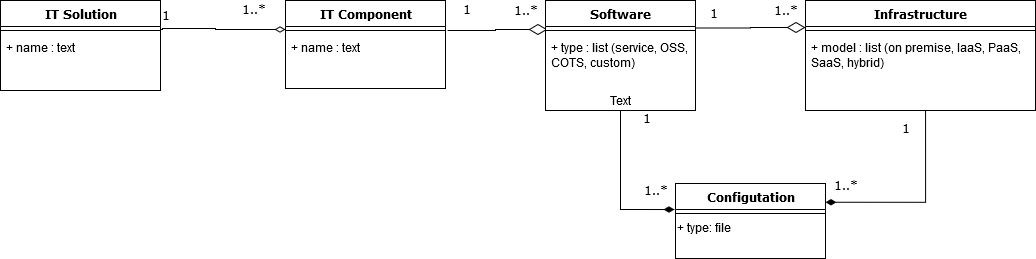
Before: assets/images/itsolution-itproduct-model.png, a diagram exported from draw.io (sara-sabr/ITStrategy). Source tidied: cells renumbered, new cells last; positions are measured from the earlier drawing's top-left corner, leaving out a move shared by most shapes.
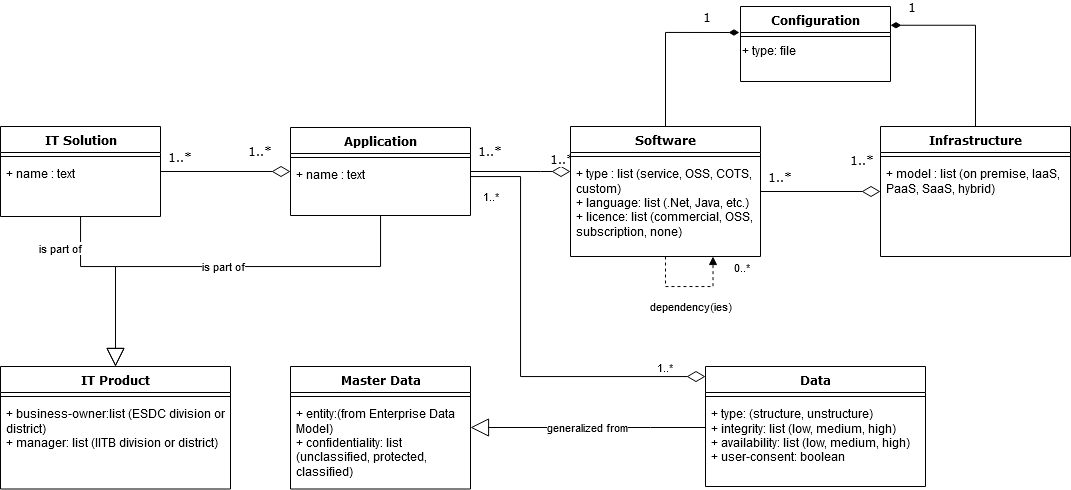
The same diagram one commit later.

What changed in the source:
```diff
@@ -2,8 +2,17 @@
   <root>
     <mxCell id="0" />
     <mxCell id="1" parent="0" />
+    <mxCell id="33" value="is part of" style="edgeStyle=orthogonalEdgeStyle;rounded=0;jettySize=auto;html=1;endArrow=block;endFill=0;endSize=16;" parent="1" edge="1" source="2" target="42">
+      <mxGeometry x="-0.67" y="-20" relative="1" as="geometry">
+        <Array as="points">
+          <mxPoint x="55" y="148" />
+          <mxPoint x="90" y="148" />
+        </Array>
+        <mxPoint y="1" as="offset" />
+      </mxGeometry>
+    </mxCell>
     <mxCell id="2" value="IT Solution" style="swimlane;html=1;fontStyle=1;align=center;verticalAlign=top;horizontal=1;startSize=26;swimlaneFillColor=#ffffff;rounded=0;shadow=0;comic=0;labelBackgroundColor=none;strokeWidth=1;fillColor=none;fontFamily=Verdana;fontSize=12;" parent="1" vertex="1">
-      <mxGeometry width="160" height="90" as="geometry" />
+      <mxGeometry x="-25" y="8" width="160" height="90" as="geometry" />
     </mxCell>
     <mxCell id="3" style="line;html=1;strokeWidth=1;fillColor=none;align=left;verticalAlign=middle;spacingTop=-1;spacingLeft=3;spacingRight=3;labelPosition=right;" parent="2" vertex="1">
       <mxGeometry y="26" width="160" height="8" as="geometry" />
@@ -11,88 +20,87 @@
     <mxCell id="4" value="+ name : text" style="text;html=1;strokeColor=none;fillColor=none;align=left;verticalAlign=top;spacingLeft=4;spacingRight=4;whiteSpace=wrap;overflow=hidden;" parent="2" vertex="1">
       <mxGeometry y="34" width="160" height="26" as="geometry" />
     </mxCell>
-    <mxCell id="5" style="edgeStyle=orthogonalEdgeStyle;rounded=0;html=1;labelBackgroundColor=none;startArrow=none;startFill=0;startSize=8;endArrow=diamondThin;endFill=0;endSize=16;fontFamily=Verdana;fontSize=12;exitX=1.013;exitY=-0.154;exitDx=0;exitDy=0;entryX=0.013;entryY=0.375;entryDx=0;entryDy=0;entryPerimeter=0;exitPerimeter=0;" parent="1" edge="1" source="12" target="21">
-      <mxGeometry relative="1" as="geometry" />
+    <mxCell id="5" style="rounded=0;html=1;labelBackgroundColor=none;startArrow=none;startFill=0;startSize=8;endArrow=diamondThin;endFill=0;endSize=16;fontFamily=Verdana;fontSize=12;edgeStyle=orthogonalEdgeStyle;" parent="1" edge="1" source="10" target="20">
+      <mxGeometry relative="1" as="geometry">
+        <Array as="points">
+          <mxPoint x="515" y="53" />
+          <mxPoint x="515" y="53" />
+        </Array>
+      </mxGeometry>
     </mxCell>
-    <mxCell id="6" value="1" style="text;html=1;align=center;verticalAlign=middle;labelBackgroundColor=#ffffff;fontSize=12;fontFamily=Verdana;" parent="5" vertex="1">
+    <mxCell id="6" value="1..*" style="text;html=1;align=center;verticalAlign=middle;labelBackgroundColor=#ffffff;fontSize=12;fontFamily=Verdana;" parent="5" vertex="1">
       <mxGeometry x="-0.85" y="-1" relative="1" as="geometry">
         <mxPoint x="10" y="-22" as="offset" />
       </mxGeometry>
     </mxCell>
-    <mxCell id="7" style="edgeStyle=orthogonalEdgeStyle;rounded=0;html=1;labelBackgroundColor=none;startArrow=diamondThin;startFill=0;startSize=8;endArrow=none;endFill=0;endSize=16;fontFamily=Verdana;fontSize=12;entryX=1;entryY=0.5;entryDx=0;entryDy=0;" parent="1" edge="1" target="2">
-      <mxGeometry relative="1" as="geometry">
-        <mxPoint x="285" y="29" as="sourcePoint" />
-        <Array as="points">
-          <mxPoint x="215" y="29" />
-          <mxPoint x="215" y="28" />
-          <mxPoint x="162" y="28" />
-          <mxPoint x="162" y="29" />
-          <mxPoint x="160" y="29" />
-        </Array>
-      </mxGeometry>
+    <mxCell id="7" style="rounded=0;html=1;labelBackgroundColor=none;startArrow=diamondThin;startFill=0;startSize=16;endArrow=none;endFill=0;endSize=16;fontFamily=Verdana;fontSize=12;entryX=1;entryY=0.5;entryDx=0;entryDy=0;" parent="1" edge="1" source="10" target="2">
+      <mxGeometry relative="1" as="geometry" />
     </mxCell>
     <mxCell id="8" value="1..*" style="text;html=1;align=center;verticalAlign=middle;labelBackgroundColor=#ffffff;fontSize=12;fontFamily=Verdana;" parent="7" vertex="1">
       <mxGeometry x="-0.57" y="-86" relative="1" as="geometry">
         <mxPoint x="-3" y="65" as="offset" />
       </mxGeometry>
     </mxCell>
-    <mxCell id="9" value="1" style="text;html=1;align=center;verticalAlign=middle;labelBackgroundColor=#ffffff;fontSize=12;fontFamily=Verdana;" parent="7" vertex="1">
+    <mxCell id="9" value="1..*" style="text;html=1;align=center;verticalAlign=middle;labelBackgroundColor=#ffffff;fontSize=12;fontFamily=Verdana;" parent="7" vertex="1">
       <mxGeometry x="0.89" y="-1" relative="1" as="geometry">
-        <mxPoint x="5" y="-23" as="offset" />
+        <mxPoint x="12" y="-14" as="offset" />
       </mxGeometry>
     </mxCell>
+    <mxCell id="34" value="is part of" style="edgeStyle=orthogonalEdgeStyle;rounded=0;jettySize=auto;html=1;endArrow=block;endFill=0;endSize=16;" parent="1" edge="1" source="10" target="42">
+      <mxGeometry relative="1" as="geometry">
+        <Array as="points">
+          <mxPoint x="355" y="148" />
+          <mxPoint x="90" y="148" />
+        </Array>
+      </mxGeometry>
+    </mxCell>
-    <mxCell id="10" value="IT Component" style="swimlane;html=1;fontStyle=1;align=center;verticalAlign=top;horizontal=1;startSize=26;swimlaneFillColor=#ffffff;rounded=0;shadow=0;comic=0;labelBackgroundColor=none;strokeWidth=1;fillColor=none;fontFamily=Verdana;fontSize=12;" parent="1" vertex="1">
-      <mxGeometry x="285" width="160" height="88" as="geometry" />
+    <mxCell id="10" value="Application" style="swimlane;html=1;fontStyle=1;align=center;verticalAlign=top;horizontal=1;startSize=26;swimlaneFillColor=#ffffff;rounded=0;shadow=0;comic=0;labelBackgroundColor=none;strokeWidth=1;fillColor=none;fontFamily=Verdana;fontSize=12;" parent="1" vertex="1">
+      <mxGeometry x="265" y="9" width="180" height="88" as="geometry" />
     </mxCell>
     <mxCell id="11" style="line;html=1;strokeWidth=1;fillColor=none;align=left;verticalAlign=middle;spacingTop=-1;spacingLeft=3;spacingRight=3;labelPosition=right;" parent="10" vertex="1">
-      <mxGeometry y="26" width="160" height="8" as="geometry" />
+      <mxGeometry y="26" width="180" height="8" as="geometry" />
     </mxCell>
     <mxCell id="12" value="+ name : text" style="text;html=1;strokeColor=none;fillColor=none;align=left;verticalAlign=top;spacingLeft=4;spacingRight=4;whiteSpace=wrap;overflow=hidden;points=[[0,0.5],[1,0.5]];portConstraint=eastwest;" parent="10" vertex="1">
-      <mxGeometry y="34" width="160" height="26" as="geometry" />
+      <mxGeometry y="34" width="180" height="26" as="geometry" />
     </mxCell>
     <mxCell id="13" value="Infrastructure" style="swimlane;html=1;fontStyle=1;align=center;verticalAlign=top;horizontal=1;startSize=26;swimlaneFillColor=#ffffff;rounded=0;shadow=0;comic=0;labelBackgroundColor=none;strokeWidth=1;fillColor=none;fontFamily=Verdana;fontSize=12;" parent="1" vertex="1">
-      <mxGeometry x="805" width="230" height="110" as="geometry" />
+      <mxGeometry x="855" y="8" width="190" height="130" as="geometry" />
     </mxCell>
     <mxCell id="14" style="line;html=1;strokeWidth=1;fillColor=none;align=left;verticalAlign=middle;spacingTop=-1;spacingLeft=3;spacingRight=3;labelPosition=right;" parent="13" vertex="1">
-      <mxGeometry y="26" width="230" height="8" as="geometry" />
+      <mxGeometry y="26" width="190" height="8" as="geometry" />
     </mxCell>
-    <mxCell id="15" value="+ model : list (on premise, IaaS, PaaS, SaaS, hybrid)" style="text;html=1;strokeColor=none;fillColor=none;align=left;verticalAlign=top;spacingLeft=4;spacingRight=4;whiteSpace=wrap;overflow=hidden;points=[[0,0.5],[1,0.5]];portConstraint=eastwest;" parent="13" vertex="1">
-      <mxGeometry y="34" width="230" height="76" as="geometry" />
+    <mxCell id="15" value="&lt;div&gt;+ model : list (on premise, IaaS, PaaS, SaaS, hybrid)&lt;/div&gt;" style="text;html=1;strokeColor=none;fillColor=none;align=left;verticalAlign=top;spacingLeft=4;spacingRight=4;whiteSpace=wrap;overflow=hidden;points=[[0,0.5],[1,0.5]];portConstraint=eastwest;" parent="13" vertex="1">
+      <mxGeometry y="34" width="190" height="76" as="geometry" />
     </mxCell>
     <mxCell id="16" value="1..*" style="text;html=1;align=center;verticalAlign=middle;labelBackgroundColor=#ffffff;fontSize=12;fontFamily=Verdana;" parent="1" vertex="1">
       <mxGeometry x="505" y="8" as="geometry">
-        <mxPoint x="19" y="1" as="offset" />
+        <mxPoint x="30" y="32" as="offset" />
       </mxGeometry>
     </mxCell>
-    <mxCell id="17" style="edgeStyle=orthogonalEdgeStyle;rounded=0;html=1;labelBackgroundColor=none;startArrow=none;startFill=0;startSize=8;endArrow=diamondThin;endFill=0;endSize=16;fontFamily=Verdana;fontSize=12;exitX=1;exitY=0.25;exitDx=0;exitDy=0;" parent="1" edge="1" source="20">
-      <mxGeometry relative="1" as="geometry">
-        <mxPoint x="805" y="27" as="targetPoint" />
-      </mxGeometry>
+    <mxCell id="17" style="rounded=0;html=1;labelBackgroundColor=none;startArrow=none;startFill=0;startSize=8;endArrow=diamondThin;endFill=0;endSize=16;fontFamily=Verdana;fontSize=12;" parent="1" edge="1" source="20" target="13">
+      <mxGeometry relative="1" as="geometry" />
     </mxCell>
-    <mxCell id="18" value="1" style="text;html=1;align=center;verticalAlign=middle;labelBackgroundColor=#ffffff;fontSize=12;fontFamily=Verdana;" parent="17" vertex="1">
+    <mxCell id="18" value="1..*" style="text;html=1;align=center;verticalAlign=middle;labelBackgroundColor=#ffffff;fontSize=12;fontFamily=Verdana;" parent="17" vertex="1">
       <mxGeometry x="-0.85" y="-1" relative="1" as="geometry">
         <mxPoint x="9" y="-16" as="offset" />
       </mxGeometry>
     </mxCell>
     <mxCell id="19" value="1..*" style="text;html=1;align=center;verticalAlign=middle;labelBackgroundColor=#ffffff;fontSize=12;fontFamily=Verdana;" parent="1" vertex="1">
       <mxGeometry x="765" y="8" as="geometry">
-        <mxPoint x="19" y="1" as="offset" />
+        <mxPoint x="70" y="33" as="offset" />
       </mxGeometry>
     </mxCell>
     <mxCell id="20" value="Software" style="swimlane;html=1;fontStyle=1;align=center;verticalAlign=top;horizontal=1;startSize=26;swimlaneFillColor=#ffffff;rounded=0;shadow=0;comic=0;labelBackgroundColor=none;strokeWidth=1;fillColor=none;fontFamily=Verdana;fontSize=12;" parent="1" vertex="1">
-      <mxGeometry x="545" width="150" height="110" as="geometry" />
+      <mxGeometry x="545" y="8" width="190" height="130" as="geometry" />
     </mxCell>
     <mxCell id="21" style="line;html=1;strokeWidth=1;fillColor=none;align=left;verticalAlign=middle;spacingTop=-1;spacingLeft=3;spacingRight=3;labelPosition=right;points=[];portConstraint=eastwest;" parent="20" vertex="1">
-      <mxGeometry y="26" width="150" height="8" as="geometry" />
+      <mxGeometry y="26" width="190" height="8" as="geometry" />
     </mxCell>
-    <mxCell id="22" value="+ type : list (service, OSS, COTS, custom)" style="text;html=1;strokeColor=none;fillColor=none;align=left;verticalAlign=top;spacingLeft=4;spacingRight=4;whiteSpace=wrap;overflow=hidden;" parent="20" vertex="1">
-      <mxGeometry y="34" width="150" height="56" as="geometry" />
+    <mxCell id="22" value="&lt;div&gt;+ type : list (service, OSS, COTS, custom)&lt;/div&gt;&lt;div&gt;+ language: list (.Net, Java, etc.)&lt;br&gt;&lt;/div&gt;&lt;div&gt;+ licence: list (commercial, OSS, subscription, none)&lt;br&gt;&lt;/div&gt;" style="text;html=1;strokeColor=none;fillColor=none;align=left;verticalAlign=top;spacingLeft=4;spacingRight=4;whiteSpace=wrap;overflow=hidden;" parent="20" vertex="1">
+      <mxGeometry y="34" width="190" height="76" as="geometry" />
     </mxCell>
-    <mxCell id="23" value="Text" style="text;html=1;align=center;verticalAlign=middle;points=[];" parent="20" vertex="1">
-      <mxGeometry y="90" width="150" height="20" as="geometry" />
-    </mxCell>
-    <mxCell id="24" value="Configutation" style="swimlane;html=1;fontStyle=1;align=center;verticalAlign=top;horizontal=1;startSize=26;swimlaneFillColor=#ffffff;rounded=0;shadow=0;comic=0;labelBackgroundColor=none;strokeWidth=1;fillColor=none;fontFamily=Verdana;fontSize=12;" parent="1" vertex="1">
-      <mxGeometry x="675" y="183" width="150" height="75" as="geometry" />
+    <mxCell id="24" value="Configuration" style="swimlane;html=1;fontStyle=1;align=center;verticalAlign=top;horizontal=1;startSize=26;swimlaneFillColor=#ffffff;rounded=0;shadow=0;comic=0;labelBackgroundColor=none;strokeWidth=1;fillColor=none;fontFamily=Verdana;fontSize=12;" parent="1" vertex="1">
+      <mxGeometry x="715" y="-112" width="150" height="75" as="geometry" />
     </mxCell>
     <mxCell id="25" style="line;html=1;strokeWidth=1;fillColor=none;align=left;verticalAlign=middle;spacingTop=-1;spacingLeft=3;spacingRight=3;labelPosition=right;" parent="24" vertex="1">
       <mxGeometry y="26" width="150" height="8" as="geometry" />
@@ -100,31 +108,86 @@
     <mxCell id="26" value="&lt;div&gt;+ type: file&lt;br&gt;&lt;/div&gt;" style="text;html=1;align=left;verticalAlign=middle;" parent="24" vertex="1">
       <mxGeometry y="34" width="150" height="20" as="geometry" />
     </mxCell>
-    <mxCell id="27" style="edgeStyle=orthogonalEdgeStyle;rounded=0;html=1;labelBackgroundColor=none;startArrow=diamondThin;startFill=1;startSize=8;endArrow=none;endFill=0;endSize=16;fontFamily=Verdana;fontSize=12;exitX=-0.007;exitY=0.347;exitDx=0;exitDy=0;exitPerimeter=0;" parent="1" edge="1" source="24" target="23">
-      <mxGeometry relative="1" as="geometry" />
+    <mxCell id="27" style="edgeStyle=orthogonalEdgeStyle;rounded=0;html=1;labelBackgroundColor=none;startArrow=diamondThin;startFill=1;startSize=8;endArrow=none;endFill=0;endSize=16;fontFamily=Verdana;fontSize=12;exitX=-0.007;exitY=0.347;exitDx=0;exitDy=0;exitPerimeter=0;" parent="1" edge="1" source="24" target="20">
+      <mxGeometry relative="1" as="geometry">
+        <Array as="points">
+          <mxPoint x="640" y="-86" />
+        </Array>
+      </mxGeometry>
     </mxCell>
     <mxCell id="28" value="1" style="text;html=1;align=center;verticalAlign=middle;labelBackgroundColor=#ffffff;fontSize=12;fontFamily=Verdana;" parent="27" vertex="1">
       <mxGeometry x="-0.85" y="-1" relative="1" as="geometry">
-        <mxPoint x="-16.9" y="-90" as="offset" />
+        <mxPoint x="-21" y="-15" as="offset" />
       </mxGeometry>
     </mxCell>
-    <mxCell id="29" style="edgeStyle=orthogonalEdgeStyle;rounded=0;html=1;labelBackgroundColor=none;startArrow=diamondThin;startFill=1;startSize=8;endArrow=none;endFill=0;endSize=16;fontFamily=Verdana;fontSize=12;exitX=1;exitY=0.25;exitDx=0;exitDy=0;entryX=0.522;entryY=1;entryDx=0;entryDy=0;entryPerimeter=0;" parent="1" edge="1" source="24" target="15">
+    <mxCell id="29" style="edgeStyle=orthogonalEdgeStyle;rounded=0;html=1;labelBackgroundColor=none;startArrow=diamondThin;startFill=1;startSize=8;endArrow=none;endFill=0;endSize=16;fontFamily=Verdana;fontSize=12;exitX=1;exitY=0.25;exitDx=0;exitDy=0;" parent="1" edge="1" source="24" target="13">
       <mxGeometry relative="1" as="geometry" />
     </mxCell>
     <mxCell id="30" value="1" style="text;html=1;align=center;verticalAlign=middle;labelBackgroundColor=#ffffff;fontSize=12;fontFamily=Verdana;" parent="29" vertex="1">
       <mxGeometry x="-0.85" y="-1" relative="1" as="geometry">
-        <mxPoint x="65" y="-74.8" as="offset" />
+        <mxPoint x="5.9" y="-19.7" as="offset" />
       </mxGeometry>
     </mxCell>
-    <mxCell id="31" value="1..*" style="text;html=1;align=center;verticalAlign=middle;labelBackgroundColor=#ffffff;fontSize=12;fontFamily=Verdana;" parent="1" vertex="1">
-      <mxGeometry x="825" y="183" as="geometry">
-        <mxPoint x="19" y="1" as="offset" />
-      </mxGeometry>
-    </mxCell>
-    <mxCell id="32" value="1..*" style="text;html=1;align=center;verticalAlign=middle;labelBackgroundColor=#ffffff;fontSize=12;fontFamily=Verdana;" parent="1" vertex="1">
-      <mxGeometry x="635" y="188" as="geometry">
-        <mxPoint x="19" y="1" as="offset" />
-      </mxGeometry>
-    </mxCell>
+    <mxCell id="35" value="Master Data" style="swimlane;html=1;fontStyle=1;align=center;verticalAlign=top;horizontal=1;startSize=26;swimlaneFillColor=#ffffff;rounded=0;shadow=0;comic=0;labelBackgroundColor=none;strokeWidth=1;fillColor=none;fontFamily=Verdana;fontSize=12;" parent="1" vertex="1">
+      <mxGeometry x="265" y="248" width="180" height="122.5" as="geometry" />
+    </mxCell>
+    <mxCell id="36" style="line;html=1;strokeWidth=1;fillColor=none;align=left;verticalAlign=middle;spacingTop=-1;spacingLeft=3;spacingRight=3;labelPosition=right;" parent="35" vertex="1">
+      <mxGeometry y="26" width="180" height="8" as="geometry" />
+    </mxCell>
+    <mxCell id="37" value="&lt;div&gt;+ entity:(from Enterprise Data Model)&lt;/div&gt;&lt;div&gt;+ confidentiality: list (unclassified, protected, classified) &lt;br&gt;&lt;/div&gt;" style="text;html=1;strokeColor=none;fillColor=none;align=left;verticalAlign=top;spacingLeft=4;spacingRight=4;whiteSpace=wrap;overflow=hidden;" parent="35" vertex="1">
+      <mxGeometry y="34" width="180" height="86" as="geometry" />
+    </mxCell>
+    <mxCell id="38" value="1..*" style="edgeStyle=orthogonalEdgeStyle;rounded=0;jettySize=auto;html=1;endArrow=diamondThin;endFill=0;strokeWidth=1;endSize=16;" parent="1" edge="1" source="10" target="46">
+      <mxGeometry x="-0.91" y="-20" relative="1" as="geometry">
+        <Array as="points">
+          <mxPoint x="495" y="58" />
+          <mxPoint x="495" y="258" />
+        </Array>
+      </mxGeometry>
+    </mxCell>
+    <mxCell id="39" value="1..*" style="edgeLabel;html=1;align=center;verticalAlign=middle;" parent="38" vertex="1">
+      <mxGeometry x="0.8" y="1" relative="1" as="geometry">
+        <mxPoint x="2" y="-9" as="offset" />
+      </mxGeometry>
+    </mxCell>
+    <mxCell id="40" value="dependency(ies)" style="edgeStyle=orthogonalEdgeStyle;rounded=0;orthogonalLoop=1;jettySize=auto;html=1;entryX=0.75;entryY=1;entryDx=0;entryDy=0;endArrow=block;endFill=1;dashed=1;" parent="1" edge="1" source="20" target="20">
+      <mxGeometry x="0.02" y="-20" relative="1" as="geometry">
+        <Array as="points">
+          <mxPoint x="640" y="168" />
+          <mxPoint x="688" y="168" />
+        </Array>
+      </mxGeometry>
+    </mxCell>
+    <mxCell id="41" value="0..*" style="edgeLabel;html=1;align=center;verticalAlign=middle;" parent="40" vertex="1">
+      <mxGeometry x="0.81" relative="1" as="geometry">
+        <mxPoint x="27.5" as="offset" />
+      </mxGeometry>
+    </mxCell>
+    <mxCell id="42" value="IT Product" style="swimlane;html=1;fontStyle=1;align=center;verticalAlign=top;horizontal=1;startSize=26;swimlaneFillColor=#ffffff;rounded=0;shadow=0;comic=0;labelBackgroundColor=none;strokeWidth=1;fillColor=none;fontFamily=Verdana;fontSize=12;" parent="1" vertex="1">
+      <mxGeometry x="-25" y="248" width="230" height="122.5" as="geometry" />
+    </mxCell>
+    <mxCell id="43" style="line;html=1;strokeWidth=1;fillColor=none;align=left;verticalAlign=middle;spacingTop=-1;spacingLeft=3;spacingRight=3;labelPosition=right;" parent="42" vertex="1">
+      <mxGeometry y="26" width="230" height="8" as="geometry" />
+    </mxCell>
+    <mxCell id="44" value="&lt;div&gt;+ business-owner:list (ESDC division or district)&lt;/div&gt;&lt;div&gt;+ manager: list (IITB division or district)&lt;/div&gt;&lt;div&gt;&lt;br&gt;&lt;/div&gt;" style="text;html=1;strokeColor=none;fillColor=none;align=left;verticalAlign=top;spacingLeft=4;spacingRight=4;whiteSpace=wrap;overflow=hidden;" parent="42" vertex="1">
+      <mxGeometry y="34" width="230" height="86" as="geometry" />
+    </mxCell>
+    <mxCell id="45" value="generalized from" style="edgeStyle=orthogonalEdgeStyle;rounded=0;jettySize=auto;html=1;endArrow=block;endFill=0;endSize=16;" parent="1" edge="1" source="46" target="35">
+      <mxGeometry relative="1" as="geometry">
+        <Array as="points">
+          <mxPoint x="625" y="309" />
+          <mxPoint x="625" y="309" />
+        </Array>
+      </mxGeometry>
+    </mxCell>
+    <mxCell id="46" value="Data" style="swimlane;html=1;fontStyle=1;align=center;verticalAlign=top;horizontal=1;startSize=26;swimlaneFillColor=#ffffff;rounded=0;shadow=0;comic=0;labelBackgroundColor=none;strokeWidth=1;fillColor=none;fontFamily=Verdana;fontSize=12;" parent="1" vertex="1">
+      <mxGeometry x="680" y="248" width="220" height="120" as="geometry" />
+    </mxCell>
+    <mxCell id="47" style="line;html=1;strokeWidth=1;fillColor=none;align=left;verticalAlign=middle;spacingTop=-1;spacingLeft=3;spacingRight=3;labelPosition=right;" parent="46" vertex="1">
+      <mxGeometry y="26" width="220" height="8" as="geometry" />
+    </mxCell>
+    <mxCell id="48" value="&lt;div&gt;+ type: (structure, unstructure)&lt;/div&gt;&lt;div&gt;+ integrity: list (low, medium, high)&lt;/div&gt;&lt;div&gt;+ availability: list (low, medium, high)&lt;br&gt;&lt;/div&gt;&lt;div&gt;+ user-consent: boolean&lt;br&gt;&lt;/div&gt;" style="text;html=1;strokeColor=none;fillColor=none;align=left;verticalAlign=top;spacingLeft=4;spacingRight=4;whiteSpace=wrap;overflow=hidden;" parent="46" vertex="1">
+      <mxGeometry y="34" width="220" height="86" as="geometry" />
+    </mxCell>
   </root>
 </mxGraphModel>
```
